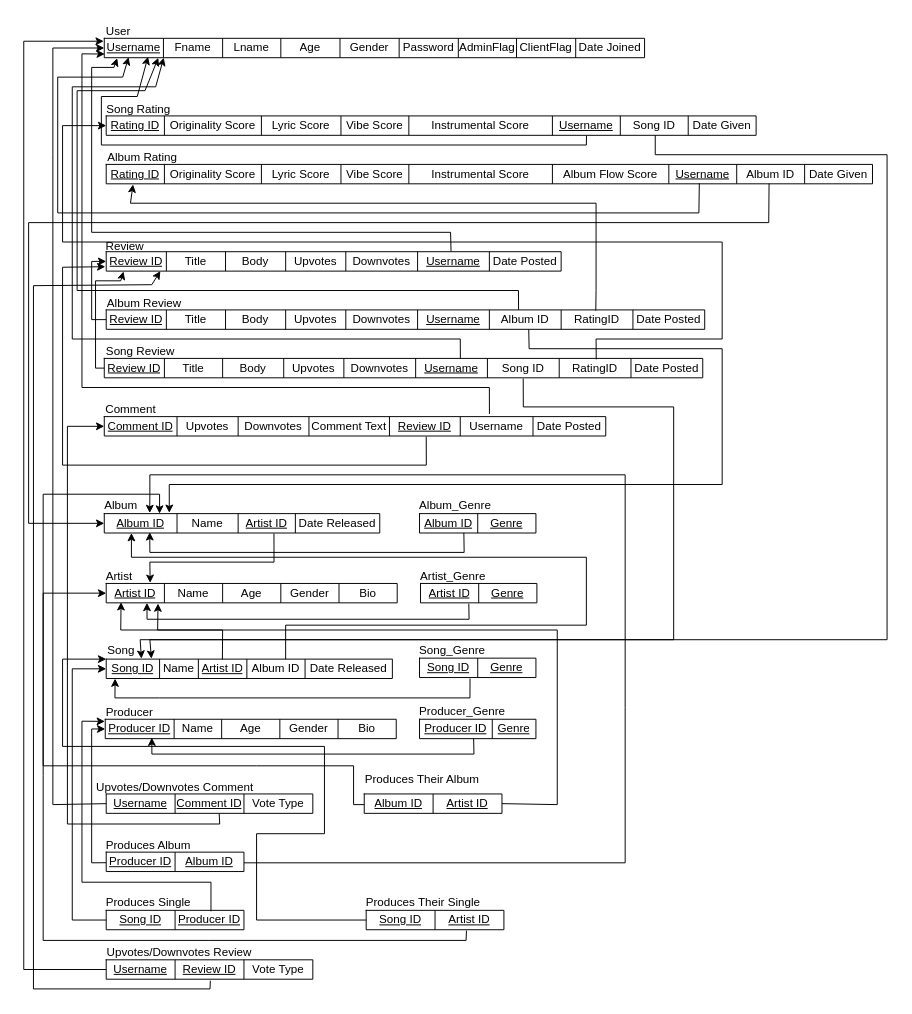
Above: CPSC 471 Project RM.drawio in alexchchen/musicrant (draw.io), before the change. Source tidied: cells renumbered, new cells numbered last; positions are measured from the earlier drawing's top-left corner, leaving out a move shared by most shapes. Both pictures are drawn from the tidied source at 97%, with x=0, y=0 at pixel (23, 16).
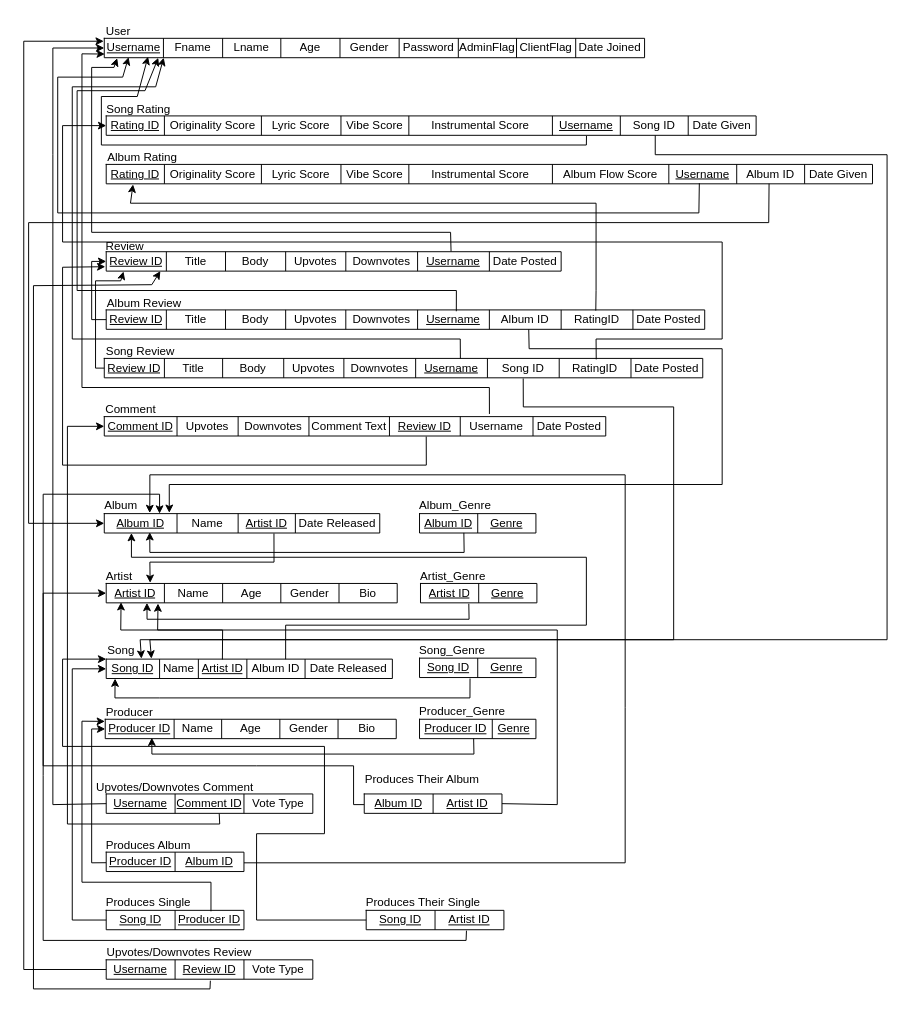
The same diagram, later.

Commit message (it also covers changes not shown here):
Fix minor typos for Review foreign keys

Unchanged cells that the change refers to:
```xml
<mxCell id="14" style="shape=tableRow;horizontal=0;startSize=0;swimlaneHead=0;swimlaneBody=0;strokeColor=inherit;top=0;left=0;bottom=0;right=0;fillColor=none;points=[[0,0.5],[1,0.5]];portConstraint=eastwest;" parent="13" vertex="1">
  <mxGeometry width="557" height="20" as="geometry" />
</mxCell>
<mxCell id="38" style="shape=tableRow;horizontal=0;startSize=0;swimlaneHead=0;swimlaneBody=0;strokeColor=inherit;top=0;left=0;bottom=0;right=0;fillColor=none;points=[[0,0.5],[1,0.5]];portConstraint=eastwest;" parent="37" vertex="1">
  <mxGeometry width="617" height="20" as="geometry" />
</mxCell>
```

The edit, as a diff of the source:
```diff
@@
-    <mxCell id="162" style="endArrow=classic;html=1;rounded=0;exitX=0.689;exitY=-0.006;exitDx=0;exitDy=0;exitPerimeter=0;entryX=0.1;entryY=1.006;entryDx=0;entryDy=0;entryPerimeter=0;" parent="1" edge="1" source="38" target="14">
+    <mxCell id="162" style="endArrow=classic;html=1;rounded=0;exitX=0.585;exitY=0.069;exitDx=0;exitDy=0;exitPerimeter=0;entryX=0.1;entryY=1.006;entryDx=0;entryDy=0;entryPerimeter=0;" parent="1" edge="1" source="38" target="14">
       <mxGeometry relative="1" as="geometry">
         <Array as="points">
-          <mxPoint x="510" y="282" />
+          <mxPoint x="446" y="282" />
           <mxPoint x="55" y="282" />
           <mxPoint x="55" y="76" />
           <mxPoint x="125" y="76" />
         </Array>
       </mxGeometry>
     </mxCell>
```
